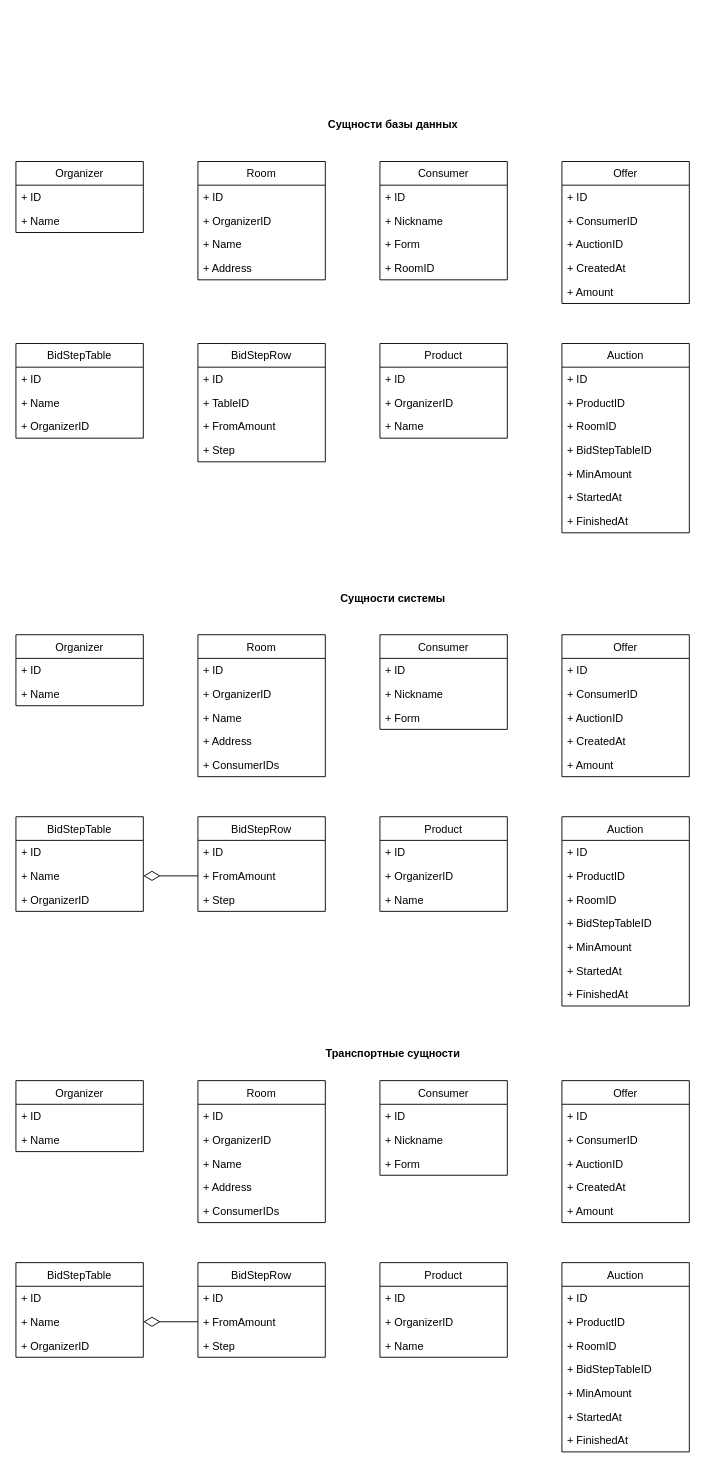
Earlier version of the draw.io diagram docs/uml-lab02-3.drawio (maxhha/iu7-2022-sd-labs). Source tidied: cells renumbered, new cells numbered last; positions are measured from the earlier drawing's top-left corner, leaving out a move shared by most shapes. Both pictures are drawn from the tidied source at 91%, with x=0, y=0 at pixel (15, 116).
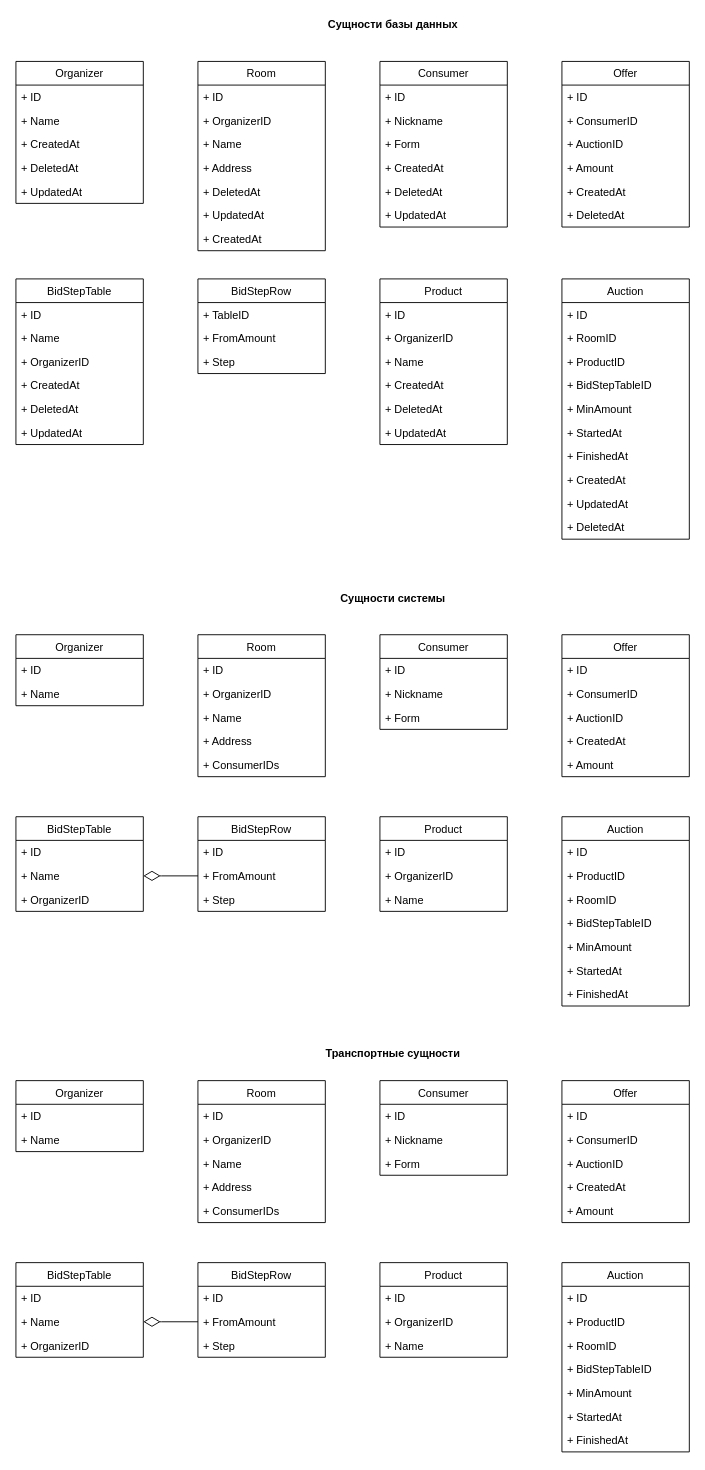
Above is the later version.

Diff of the diagram source:
```diff
@@
     <mxCell id="2" value="&lt;b&gt;Cущности базы данных&lt;/b&gt;" style="text;html=1;align=center;verticalAlign=middle;strokeColor=none;fillColor=none;" parent="1" vertex="1">
-      <mxGeometry x="334" width="160" height="20" as="geometry" />
+      <mxGeometry x="334" y="-110" width="160" height="20" as="geometry" />
     </mxCell>
     <mxCell id="3" value="Organizer" style="swimlane;fontStyle=0;horizontal=1;startSize=26;fillColor=none;" parent="1" vertex="1">
-      <mxGeometry y="50" width="140" height="78" as="geometry" />
+      <mxGeometry y="-60" width="140" height="156" as="geometry" />
     </mxCell>
@@
+    <mxCell id="125" value="+ CreatedAt" style="text;strokeColor=none;fillColor=none;align=left;verticalAlign=top;spacingLeft=4;spacingRight=4;overflow=hidden;" parent="3" vertex="1">
+      <mxGeometry y="78" width="140" height="26" as="geometry" />
+    </mxCell>
+    <mxCell id="126" value="+ DeletedAt" style="text;strokeColor=none;fillColor=none;align=left;verticalAlign=top;spacingLeft=4;spacingRight=4;overflow=hidden;" parent="3" vertex="1">
+      <mxGeometry y="104" width="140" height="26" as="geometry" />
+    </mxCell>
+    <mxCell id="127" value="+ UpdatedAt" style="text;strokeColor=none;fillColor=none;align=left;verticalAlign=top;spacingLeft=4;spacingRight=4;overflow=hidden;" parent="3" vertex="1">
+      <mxGeometry y="130" width="140" height="26" as="geometry" />
+    </mxCell>
     <mxCell id="6" value="Room" style="swimlane;fontStyle=0;horizontal=1;startSize=26;fillColor=none;" parent="1" vertex="1">
-      <mxGeometry x="200" y="50" width="140" height="130" as="geometry" />
+      <mxGeometry x="200" y="-60" width="140" height="208" as="geometry" />
     </mxCell>
@@
+    <mxCell id="128" value="+ DeletedAt" style="text;strokeColor=none;fillColor=none;align=left;verticalAlign=top;spacingLeft=4;spacingRight=4;overflow=hidden;" parent="6" vertex="1">
+      <mxGeometry y="130" width="140" height="26" as="geometry" />
+    </mxCell>
+    <mxCell id="129" value="+ UpdatedAt" style="text;strokeColor=none;fillColor=none;align=left;verticalAlign=top;spacingLeft=4;spacingRight=4;overflow=hidden;" parent="6" vertex="1">
+      <mxGeometry y="156" width="140" height="26" as="geometry" />
+    </mxCell>
+    <mxCell id="130" value="+ CreatedAt" style="text;strokeColor=none;fillColor=none;align=left;verticalAlign=top;spacingLeft=4;spacingRight=4;overflow=hidden;" parent="6" vertex="1">
+      <mxGeometry y="182" width="140" height="26" as="geometry" />
+    </mxCell>
     <mxCell id="11" value="Consumer" style="swimlane;fontStyle=0;horizontal=1;startSize=26;fillColor=none;" parent="1" vertex="1">
-      <mxGeometry x="400" y="50" width="140" height="130" as="geometry" />
+      <mxGeometry x="400" y="-60" width="140" height="182" as="geometry" />
     </mxCell>
@@
-    <mxCell id="15" value="+ RoomID" style="text;strokeColor=none;fillColor=none;align=left;verticalAlign=top;spacingLeft=4;spacingRight=4;overflow=hidden;" parent="11" vertex="1">
-      <mxGeometry y="104" width="140" height="26" as="geometry" />
-    </mxCell>
+    <mxCell id="131" value="+ CreatedAt" style="text;strokeColor=none;fillColor=none;align=left;verticalAlign=top;spacingLeft=4;spacingRight=4;overflow=hidden;" parent="11" vertex="1">
+      <mxGeometry y="104" width="140" height="26" as="geometry" />
+    </mxCell>
+    <mxCell id="132" value="+ DeletedAt" style="text;strokeColor=none;fillColor=none;align=left;verticalAlign=top;spacingLeft=4;spacingRight=4;overflow=hidden;" parent="11" vertex="1">
+      <mxGeometry y="130" width="140" height="26" as="geometry" />
+    </mxCell>
+    <mxCell id="133" value="+ UpdatedAt" style="text;strokeColor=none;fillColor=none;align=left;verticalAlign=top;spacingLeft=4;spacingRight=4;overflow=hidden;" parent="11" vertex="1">
+      <mxGeometry y="156" width="140" height="26" as="geometry" />
+    </mxCell>
     <mxCell id="16" value="Offer" style="swimlane;fontStyle=0;horizontal=1;startSize=26;fillColor=none;" parent="1" vertex="1">
-      <mxGeometry x="600" y="50" width="140" height="156" as="geometry" />
+      <mxGeometry x="600" y="-60" width="140" height="182" as="geometry" />
     </mxCell>
@@
+    <mxCell id="21" value="+ Amount" style="text;strokeColor=none;fillColor=none;align=left;verticalAlign=top;spacingLeft=4;spacingRight=4;overflow=hidden;" parent="16" vertex="1">
+      <mxGeometry y="104" width="140" height="26" as="geometry" />
+    </mxCell>
     <mxCell id="20" value="+ CreatedAt" style="text;strokeColor=none;fillColor=none;align=left;verticalAlign=top;spacingLeft=4;spacingRight=4;overflow=hidden;" parent="16" vertex="1">
-      <mxGeometry y="104" width="140" height="26" as="geometry" />
+      <mxGeometry y="130" width="140" height="26" as="geometry" />
     </mxCell>
-    <mxCell id="21" value="+ Amount" style="text;strokeColor=none;fillColor=none;align=left;verticalAlign=top;spacingLeft=4;spacingRight=4;overflow=hidden;" parent="16" vertex="1">
-      <mxGeometry y="130" width="140" height="26" as="geometry" />
-    </mxCell>
+    <mxCell id="134" value="+ DeletedAt" style="text;strokeColor=none;fillColor=none;align=left;verticalAlign=top;spacingLeft=4;spacingRight=4;overflow=hidden;" parent="16" vertex="1">
+      <mxGeometry y="156" width="140" height="26" as="geometry" />
+    </mxCell>
     <mxCell id="22" value="BidStepTable" style="swimlane;fontStyle=0;horizontal=1;startSize=26;fillColor=none;" parent="1" vertex="1">
-      <mxGeometry y="250" width="140" height="104" as="geometry" />
+      <mxGeometry y="179" width="140" height="182" as="geometry" />
     </mxCell>
@@
+    <mxCell id="135" value="+ CreatedAt" style="text;strokeColor=none;fillColor=none;align=left;verticalAlign=top;spacingLeft=4;spacingRight=4;overflow=hidden;" parent="22" vertex="1">
+      <mxGeometry y="104" width="140" height="26" as="geometry" />
+    </mxCell>
+    <mxCell id="136" value="+ DeletedAt" style="text;strokeColor=none;fillColor=none;align=left;verticalAlign=top;spacingLeft=4;spacingRight=4;overflow=hidden;" parent="22" vertex="1">
+      <mxGeometry y="130" width="140" height="26" as="geometry" />
+    </mxCell>
+    <mxCell id="137" value="+ UpdatedAt" style="text;strokeColor=none;fillColor=none;align=left;verticalAlign=top;spacingLeft=4;spacingRight=4;overflow=hidden;" parent="22" vertex="1">
+      <mxGeometry y="156" width="140" height="26" as="geometry" />
+    </mxCell>
     <mxCell id="26" value="BidStepRow" style="swimlane;fontStyle=0;horizontal=1;startSize=26;fillColor=none;" parent="1" vertex="1">
-      <mxGeometry x="200" y="250" width="140" height="130" as="geometry" />
+      <mxGeometry x="200" y="179" width="140" height="104" as="geometry" />
     </mxCell>
-    <mxCell id="27" value="+ ID" style="text;strokeColor=none;fillColor=none;align=left;verticalAlign=top;spacingLeft=4;spacingRight=4;overflow=hidden;" parent="26" vertex="1">
-      <mxGeometry y="26" width="140" height="26" as="geometry" />
-    </mxCell>
     <mxCell id="28" value="+ TableID" style="text;strokeColor=none;fillColor=none;align=left;verticalAlign=top;spacingLeft=4;spacingRight=4;overflow=hidden;" parent="26" vertex="1">
-      <mxGeometry y="52" width="140" height="26" as="geometry" />
+      <mxGeometry y="26" width="140" height="26" as="geometry" />
     </mxCell>
     <mxCell id="29" value="+ FromAmount" style="text;strokeColor=none;fillColor=none;align=left;verticalAlign=top;spacingLeft=4;spacingRight=4;overflow=hidden;" parent="26" vertex="1">
-      <mxGeometry y="78" width="140" height="26" as="geometry" />
+      <mxGeometry y="52" width="140" height="26" as="geometry" />
     </mxCell>
     <mxCell id="30" value="+ Step" style="text;strokeColor=none;fillColor=none;align=left;verticalAlign=top;spacingLeft=4;spacingRight=4;overflow=hidden;" parent="26" vertex="1">
-      <mxGeometry y="104" width="140" height="26" as="geometry" />
+      <mxGeometry y="78" width="140" height="26" as="geometry" />
     </mxCell>
     <mxCell id="31" value="Product" style="swimlane;fontStyle=0;horizontal=1;startSize=26;fillColor=none;" parent="1" vertex="1">
-      <mxGeometry x="400" y="250" width="140" height="104" as="geometry" />
+      <mxGeometry x="400" y="179" width="140" height="182" as="geometry" />
     </mxCell>
@@
+    <mxCell id="138" value="+ CreatedAt" style="text;strokeColor=none;fillColor=none;align=left;verticalAlign=top;spacingLeft=4;spacingRight=4;overflow=hidden;" parent="31" vertex="1">
+      <mxGeometry y="104" width="140" height="26" as="geometry" />
+    </mxCell>
+    <mxCell id="139" value="+ DeletedAt" style="text;strokeColor=none;fillColor=none;align=left;verticalAlign=top;spacingLeft=4;spacingRight=4;overflow=hidden;" parent="31" vertex="1">
+      <mxGeometry y="130" width="140" height="26" as="geometry" />
+    </mxCell>
+    <mxCell id="140" value="+ UpdatedAt" style="text;strokeColor=none;fillColor=none;align=left;verticalAlign=top;spacingLeft=4;spacingRight=4;overflow=hidden;" parent="31" vertex="1">
+      <mxGeometry y="156" width="140" height="26" as="geometry" />
+    </mxCell>
     <mxCell id="35" value="Auction" style="swimlane;fontStyle=0;horizontal=1;startSize=26;fillColor=none;" parent="1" vertex="1">
-      <mxGeometry x="600" y="250" width="140" height="208" as="geometry" />
+      <mxGeometry x="600" y="179" width="140" height="286" as="geometry" />
     </mxCell>
@@
+    <mxCell id="38" value="+ RoomID" style="text;strokeColor=none;fillColor=none;align=left;verticalAlign=top;spacingLeft=4;spacingRight=4;overflow=hidden;" parent="35" vertex="1">
+      <mxGeometry y="52" width="140" height="26" as="geometry" />
+    </mxCell>
     <mxCell id="37" value="+ ProductID" style="text;strokeColor=none;fillColor=none;align=left;verticalAlign=top;spacingLeft=4;spacingRight=4;overflow=hidden;" parent="35" vertex="1">
-      <mxGeometry y="52" width="140" height="26" as="geometry" />
+      <mxGeometry y="78" width="140" height="26" as="geometry" />
     </mxCell>
-    <mxCell id="38" value="+ RoomID" style="text;strokeColor=none;fillColor=none;align=left;verticalAlign=top;spacingLeft=4;spacingRight=4;overflow=hidden;" parent="35" vertex="1">
-      <mxGeometry y="78" width="140" height="26" as="geometry" />
-    </mxCell>
@@
+    <mxCell id="141" value="+ CreatedAt" style="text;strokeColor=none;fillColor=none;align=left;verticalAlign=top;spacingLeft=4;spacingRight=4;overflow=hidden;" parent="35" vertex="1">
+      <mxGeometry y="208" width="140" height="26" as="geometry" />
+    </mxCell>
+    <mxCell id="142" value="+ UpdatedAt" style="text;strokeColor=none;fillColor=none;align=left;verticalAlign=top;spacingLeft=4;spacingRight=4;overflow=hidden;" parent="35" vertex="1">
+      <mxGeometry y="234" width="140" height="26" as="geometry" />
+    </mxCell>
+    <mxCell id="143" value="+ DeletedAt" style="text;strokeColor=none;fillColor=none;align=left;verticalAlign=top;spacingLeft=4;spacingRight=4;overflow=hidden;" parent="35" vertex="1">
+      <mxGeometry y="260" width="140" height="26" as="geometry" />
+    </mxCell>
```
